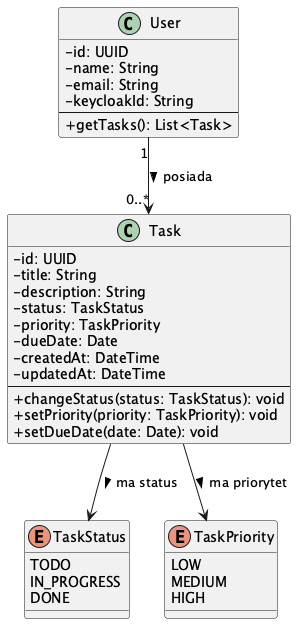
This is diagrams/diagram_klas.png from codingbart/todoapp, a PlantUML export, as it was before one commit. The source it was exported from:
```plantuml
@startuml
skinparam classAttributeIconSize 0

class User {
    - id: UUID
    - name: String
    - email: String
    - keycloakId: String
    --
    + getTasks(): List<Task>
}

class Task {
    - id: UUID
    - title: String
    - description: String
    - status: TaskStatus
    - priority: TaskPriority
    - dueDate: Date
    - createdAt: DateTime
    - updatedAt: DateTime
    --
    + changeStatus(status: TaskStatus): void
    + setPriority(priority: TaskPriority): void
    + setDueDate(date: Date): void
}

enum TaskStatus {
    TODO
    IN_PROGRESS
    DONE
}

enum TaskPriority {
    LOW
    MEDIUM
    HIGH
}

User "1" --> "0..*" Task : posiada >
Task --> TaskStatus : ma status >
Task --> TaskPriority : ma priorytet >

@enduml
```
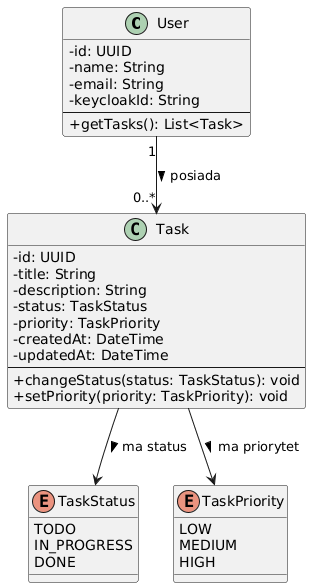
Above is the later version.

Diff of the diagram source:
```diff
@@ -16,13 +16,11 @@
     - description: String
     - status: TaskStatus
     - priority: TaskPriority
-    - dueDate: Date
     - createdAt: DateTime
     - updatedAt: DateTime
     --
     + changeStatus(status: TaskStatus): void
     + setPriority(priority: TaskPriority): void
-    + setDueDate(date: Date): void
 }
 
 enum TaskStatus {
```
